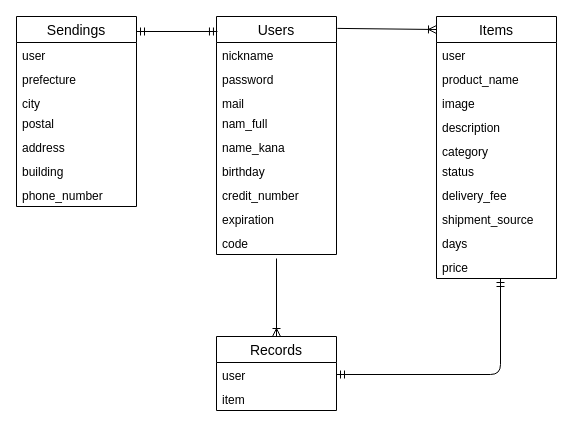
Before: er.dio in huize-fumi/furima-35017, a draw.io diagram. Source tidied: cells renumbered, new cells numbered last; positions are measured from the earlier drawing's top-left corner, leaving out a move shared by most shapes. Both pictures are drawn from the tidied source at 100%, with x=0, y=0 at pixel (16, 16).
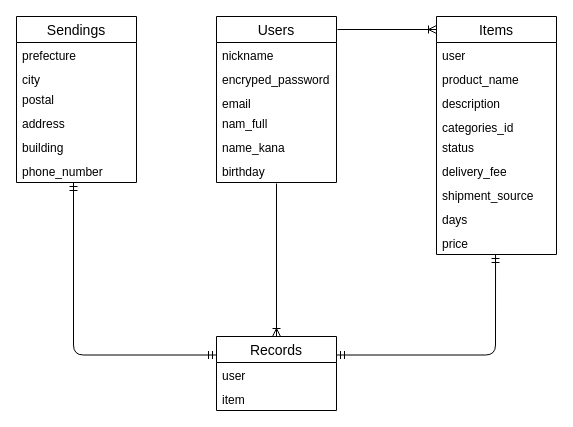
The same diagram, later.

Unchanged cells that the change refers to:
```xml
<mxCell id="8" value="birthday" style="text;strokeColor=none;fillColor=none;spacingLeft=4;spacingRight=4;overflow=hidden;points=[[0,0.5],[1,0.5]];portConstraint=eastwest;fontSize=12;" parent="2" vertex="1">
  <mxGeometry y="142" width="120" height="24" as="geometry" />
</mxCell>
<mxCell id="23" value="Records" style="swimlane;fontStyle=0;horizontal=1;startSize=26;align=center;fontSize=14;" parent="1" vertex="1">
  <mxGeometry x="200" y="320" width="120" height="74" as="geometry" />
</mxCell>
<mxCell id="24" value="user" style="text;strokeColor=none;fillColor=none;spacingLeft=4;spacingRight=4;overflow=hidden;points=[[0,0.5],[1,0.5]];portConstraint=eastwest;fontSize=12;" parent="23" vertex="1">
  <mxGeometry y="26" width="120" height="24" as="geometry" />
</mxCell>
```

What changed in the source:
```diff
@@
     <mxCell id="2" value="Users" style="swimlane;fontStyle=0;horizontal=1;startSize=26;align=center;fontSize=14;" parent="1" vertex="1">
-      <mxGeometry x="200" width="120" height="238" as="geometry" />
+      <mxGeometry x="200" width="120" height="166" as="geometry" />
     </mxCell>
@@
-    <mxCell id="4" value="password" style="text;strokeColor=none;fillColor=none;spacingLeft=4;spacingRight=4;overflow=hidden;fontSize=12;" parent="2" vertex="1">
+    <mxCell id="4" value="encryped_password" style="text;strokeColor=none;fillColor=none;spacingLeft=4;spacingRight=4;overflow=hidden;fontSize=12;" parent="2" vertex="1">
       <mxGeometry y="50" width="120" height="24" as="geometry" />
     </mxCell>
-    <mxCell id="5" value="mail" style="text;strokeColor=none;fillColor=none;spacingLeft=4;spacingRight=4;overflow=hidden;fontSize=12;" parent="2" vertex="1">
+    <mxCell id="5" value="email" style="text;strokeColor=none;fillColor=none;spacingLeft=4;spacingRight=4;overflow=hidden;fontSize=12;" parent="2" vertex="1">
       <mxGeometry y="74" width="120" height="20" as="geometry" />
     </mxCell>
@@
-    <mxCell id="9" value="credit_number" style="text;strokeColor=none;fillColor=none;spacingLeft=4;spacingRight=4;overflow=hidden;fontSize=12;" parent="2" vertex="1">
-      <mxGeometry y="166" width="120" height="24" as="geometry" />
-    </mxCell>
-    <mxCell id="10" value="expiration" style="text;strokeColor=none;fillColor=none;spacingLeft=4;spacingRight=4;overflow=hidden;fontSize=12;" parent="2" vertex="1">
-      <mxGeometry y="190" width="120" height="24" as="geometry" />
-    </mxCell>
-    <mxCell id="11" value="code" style="text;strokeColor=none;fillColor=none;spacingLeft=4;spacingRight=4;overflow=hidden;points=[[0,0.5],[1,0.5]];portConstraint=eastwest;fontSize=12;" parent="2" vertex="1">
-      <mxGeometry y="214" width="120" height="24" as="geometry" />
-    </mxCell>
     <mxCell id="12" value="Items" style="swimlane;fontStyle=0;horizontal=1;startSize=26;align=center;fontSize=14;" parent="1" vertex="1">
-      <mxGeometry x="420" width="120" height="262" as="geometry" />
+      <mxGeometry x="420" width="120" height="238" as="geometry" />
     </mxCell>
@@
-    <mxCell id="15" value="image" style="text;strokeColor=none;fillColor=none;spacingLeft=4;spacingRight=4;overflow=hidden;fontSize=12;" parent="12" vertex="1">
-      <mxGeometry y="74" width="120" height="24" as="geometry" />
-    </mxCell>
     <mxCell id="16" value="description" style="text;strokeColor=none;fillColor=none;spacingLeft=4;spacingRight=4;overflow=hidden;fontSize=12;" parent="12" vertex="1">
-      <mxGeometry y="98" width="120" height="24" as="geometry" />
+      <mxGeometry y="74" width="120" height="24" as="geometry" />
     </mxCell>
-    <mxCell id="17" value="category" style="text;strokeColor=none;fillColor=none;spacingLeft=4;spacingRight=4;overflow=hidden;fontSize=12;" parent="12" vertex="1">
-      <mxGeometry y="122" width="120" height="20" as="geometry" />
+    <mxCell id="17" value="categories_id" style="text;strokeColor=none;fillColor=none;spacingLeft=4;spacingRight=4;overflow=hidden;fontSize=12;" parent="12" vertex="1">
+      <mxGeometry y="98" width="120" height="20" as="geometry" />
     </mxCell>
     <mxCell id="18" value="status" style="text;strokeColor=none;fillColor=none;spacingLeft=4;spacingRight=4;overflow=hidden;fontSize=12;" parent="12" vertex="1">
-      <mxGeometry y="142" width="120" height="24" as="geometry" />
+      <mxGeometry y="118" width="120" height="24" as="geometry" />
     </mxCell>
     <mxCell id="19" value="delivery_fee" style="text;strokeColor=none;fillColor=none;spacingLeft=4;spacingRight=4;overflow=hidden;fontSize=12;" parent="12" vertex="1">
-      <mxGeometry y="166" width="120" height="24" as="geometry" />
+      <mxGeometry y="142" width="120" height="24" as="geometry" />
     </mxCell>
     <mxCell id="20" value="shipment_source" style="text;strokeColor=none;fillColor=none;spacingLeft=4;spacingRight=4;overflow=hidden;fontSize=12;" parent="12" vertex="1">
-      <mxGeometry y="190" width="120" height="24" as="geometry" />
+      <mxGeometry y="166" width="120" height="24" as="geometry" />
     </mxCell>
     <mxCell id="21" value="days" style="text;strokeColor=none;fillColor=none;spacingLeft=4;spacingRight=4;overflow=hidden;fontSize=12;" parent="12" vertex="1">
-      <mxGeometry y="214" width="120" height="24" as="geometry" />
+      <mxGeometry y="190" width="120" height="24" as="geometry" />
     </mxCell>
     <mxCell id="22" value="price" style="text;strokeColor=none;fillColor=none;spacingLeft=4;spacingRight=4;overflow=hidden;points=[[0,0.5],[1,0.5]];portConstraint=eastwest;fontSize=12;" parent="12" vertex="1">
-      <mxGeometry y="238" width="120" height="24" as="geometry" />
+      <mxGeometry y="214" width="120" height="24" as="geometry" />
     </mxCell>
@@
     <mxCell id="26" value="Sendings" style="swimlane;fontStyle=0;horizontal=1;startSize=26;align=center;fontSize=14;" parent="1" vertex="1">
-      <mxGeometry width="120" height="190" as="geometry" />
+      <mxGeometry width="120" height="166" as="geometry" />
     </mxCell>
-    <mxCell id="27" value="user" style="text;strokeColor=none;fillColor=none;spacingLeft=4;spacingRight=4;overflow=hidden;fontSize=12;" parent="26" vertex="1">
-      <mxGeometry y="26" width="120" height="24" as="geometry" />
-    </mxCell>
     <mxCell id="28" value="prefecture" style="text;strokeColor=none;fillColor=none;spacingLeft=4;spacingRight=4;overflow=hidden;fontSize=12;" parent="26" vertex="1">
-      <mxGeometry y="50" width="120" height="24" as="geometry" />
+      <mxGeometry y="26" width="120" height="24" as="geometry" />
     </mxCell>
     <mxCell id="29" value="city" style="text;strokeColor=none;fillColor=none;spacingLeft=4;spacingRight=4;overflow=hidden;fontSize=12;" parent="26" vertex="1">
-      <mxGeometry y="74" width="120" height="20" as="geometry" />
+      <mxGeometry y="50" width="120" height="20" as="geometry" />
     </mxCell>
     <mxCell id="30" value="postal" style="text;strokeColor=none;fillColor=none;spacingLeft=4;spacingRight=4;overflow=hidden;fontSize=12;" parent="26" vertex="1">
-      <mxGeometry y="94" width="120" height="24" as="geometry" />
+      <mxGeometry y="70" width="120" height="24" as="geometry" />
     </mxCell>
     <mxCell id="31" value="address" style="text;strokeColor=none;fillColor=none;spacingLeft=4;spacingRight=4;overflow=hidden;fontSize=12;" parent="26" vertex="1">
-      <mxGeometry y="118" width="120" height="24" as="geometry" />
+      <mxGeometry y="94" width="120" height="24" as="geometry" />
     </mxCell>
     <mxCell id="32" value="building" style="text;strokeColor=none;fillColor=none;spacingLeft=4;spacingRight=4;overflow=hidden;fontSize=12;" parent="26" vertex="1">
-      <mxGeometry y="142" width="120" height="24" as="geometry" />
+      <mxGeometry y="118" width="120" height="24" as="geometry" />
     </mxCell>
     <mxCell id="33" value="phone_number" style="text;strokeColor=none;fillColor=none;spacingLeft=4;spacingRight=4;overflow=hidden;points=[[0,0.5],[1,0.5]];portConstraint=eastwest;fontSize=12;" parent="26" vertex="1">
-      <mxGeometry y="166" width="120" height="24" as="geometry" />
+      <mxGeometry y="142" width="120" height="24" as="geometry" />
     </mxCell>
-    <mxCell id="34" style="fontSize=12;html=1;endArrow=ERoneToMany;entryX=0.5;entryY=0;entryDx=0;entryDy=0;exitX=0.5;exitY=1.167;exitDx=0;exitDy=0;exitPerimeter=0;" parent="1" edge="1" source="11" target="23">
+    <mxCell id="34" style="fontSize=12;html=1;endArrow=ERoneToMany;entryX=0.5;entryY=0;entryDx=0;entryDy=0;exitX=0.5;exitY=1.042;exitDx=0;exitDy=0;exitPerimeter=0;" parent="1" edge="1" source="8" target="23">
       <mxGeometry relative="1" as="geometry" />
     </mxCell>
-    <mxCell id="35" style="fontSize=12;html=1;endArrow=ERoneToMany;exitX=1.008;exitY=0.05;exitDx=0;exitDy=0;exitPerimeter=0;" parent="1" edge="1" source="2">
+    <mxCell id="35" style="fontSize=12;html=1;endArrow=ERoneToMany;" parent="1" edge="1">
       <mxGeometry relative="1" as="geometry">
+        <mxPoint x="321" y="13" as="sourcePoint" />
         <mxPoint x="420" y="13" as="targetPoint" />
       </mxGeometry>
     </mxCell>
-    <mxCell id="36" style="fontSize=12;html=1;endArrow=ERmandOne;startArrow=ERmandOne;entryX=0.008;entryY=0.063;entryDx=0;entryDy=0;entryPerimeter=0;" parent="1" edge="1" target="2">
-      <mxGeometry relative="1" as="geometry">
-        <mxPoint x="120" y="15" as="sourcePoint" />
-      </mxGeometry>
-    </mxCell>
-    <mxCell id="37" style="edgeStyle=orthogonalEdgeStyle;fontSize=12;html=1;endArrow=ERmandOne;startArrow=ERmandOne;exitX=1;exitY=0.5;exitDx=0;exitDy=0;" parent="1" edge="1" source="24" target="22">
-      <mxGeometry relative="1" as="geometry">
-        <Array as="points">
-          <mxPoint x="484" y="358" />
-        </Array>
-      </mxGeometry>
-    </mxCell>
+    <mxCell id="38" style="edgeStyle=orthogonalEdgeStyle;fontSize=12;html=1;endArrow=ERmandOne;startArrow=ERmandOne;entryX=0.475;entryY=1;entryDx=0;entryDy=0;entryPerimeter=0;exitX=0;exitY=0.25;exitDx=0;exitDy=0;" parent="1" edge="1" source="23" target="33">
+      <mxGeometry relative="1" as="geometry" />
+    </mxCell>
+    <mxCell id="39" style="edgeStyle=orthogonalEdgeStyle;fontSize=12;html=1;endArrow=ERmandOne;startArrow=ERmandOne;entryX=0.492;entryY=1;entryDx=0;entryDy=0;entryPerimeter=0;exitX=1;exitY=0.25;exitDx=0;exitDy=0;" parent="1" edge="1" source="23" target="22">
+      <mxGeometry relative="1" as="geometry" />
+    </mxCell>
```
